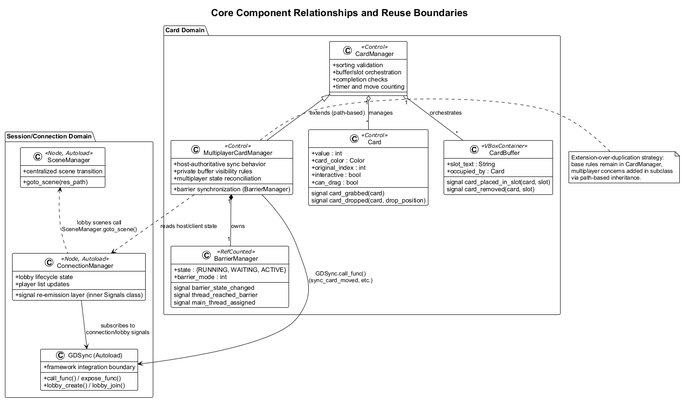
Siponek/HPC-thesis keeps this PlantUML diagram as figures/diagrams/component-inheritance-overview.png. Above is the earlier version.
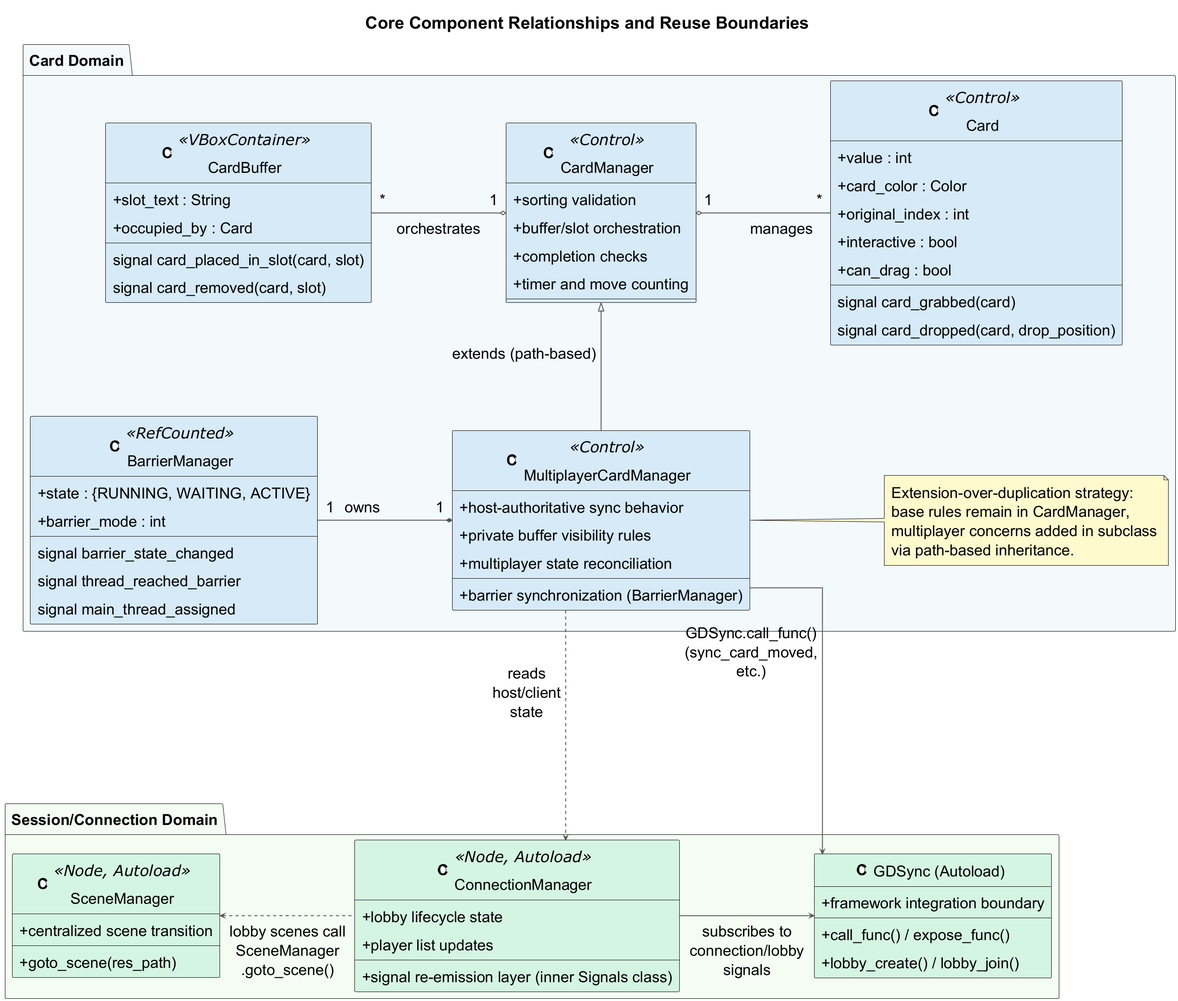
After the commit.

Diff of the diagram source:
```diff
@@ -1,13 +1,30 @@
 @startuml component-inheritance-overview
 !theme plain
+
+skinparam classAttributeIconSize 0
 skinparam backgroundColor white
-skinparam defaultFontName Arial
-skinparam classAttributeIconSize 0
+skinparam defaultFontName "Computer Modern"
+skinparam padding 10
+skinparam DefaultFontSize 34
+skinparam TitleFontSize 38
+
+skinparam nodesep 300
+skinparam ranksep 160
+skinparam ArrowThickness 2
+skinparam ArrowColor #555555
+skinparam linetype ortho
 
 title Core Component Relationships and Reuse Boundaries
 
-package "Card Domain" {
-  class Card <<Control>> {
+package "Card Domain" #F4F9FC {
+  class CardManager <<Control>> #D6EAF8 {
+    +sorting validation
+    +buffer/slot orchestration
+    +completion checks
+    +timer and move counting
+  }
+
+  class Card <<Control>> #D6EAF8 {
     +value : int
     +card_color : Color
     +original_index : int
@@ -18,7 +35,7 @@
     signal card_dropped(card, drop_position)
   }
 
-  class CardBuffer <<VBoxContainer>> {
+  class CardBuffer <<VBoxContainer>> #D6EAF8 {
     +slot_text : String
     +occupied_by : Card
     --
@@ -26,21 +43,21 @@
     signal card_removed(card, slot)
   }
 
-  class CardManager <<Control>> {
-    +sorting validation
-    +buffer/slot orchestration
-    +completion checks
-    +timer and move counting
-  }
-
-  class MultiplayerCardManager <<Control>> {
+  class MultiplayerCardManager <<Control>> #D6EAF8 {
     +host-authoritative sync behavior
     +private buffer visibility rules
     +barrier synchronization (BarrierManager)
     +multiplayer state reconciliation
   }
 
-  class BarrierManager <<RefCounted>> {
+  note right of MultiplayerCardManager #FFFACD
+    Extension-over-duplication strategy:
+    base rules remain in CardManager,
+    multiplayer concerns added in subclass
+    via path-based inheritance.
+  end note
+
+  class BarrierManager <<RefCounted>> #D6EAF8 {
     +state : {RUNNING, WAITING, ACTIVE}
     +barrier_mode : int
     --
@@ -49,41 +66,35 @@
     signal main_thread_assigned
   }
 
+  CardManager "1" o-right- "*" Card : manages
+  CardManager "1" o-left- "*" CardBuffer : orchestrates
   CardManager <|-- MultiplayerCardManager : extends (path-based)
-  CardManager "1" o-- "*" Card : manages
-  CardManager "1" o-- "*" CardBuffer : orchestrates
-  MultiplayerCardManager "1" *-- "1" BarrierManager : owns
+  MultiplayerCardManager "1" *-left- "1" BarrierManager : owns
 }
 
-package "Session/Connection Domain" {
-  class ConnectionManager <<Node, Autoload>> {
+package "Session/Connection Domain" #F4FCF4 {
+  class ConnectionManager <<Node, Autoload>> #D5F5E3 {
     +lobby lifecycle state
     +player list updates
     +signal re-emission layer (inner Signals class)
   }
 
-  class "GDSync (Autoload)" as GDSync {
+  class "GDSync (Autoload)" as GDSync #D5F5E3 {
     +call_func() / expose_func()
     +lobby_create() / lobby_join()
     +framework integration boundary
   }
 
-  class SceneManager <<Node, Autoload>> {
+  class SceneManager <<Node, Autoload>> #D5F5E3 {
     +goto_scene(res_path)
     +centralized scene transition
   }
+
+  ConnectionManager -right-> GDSync : subscribes to\nconnection/lobby\nsignals
+  ConnectionManager ..left..> SceneManager : lobby scenes call\nSceneManager\n.goto_scene()
 }
 
-MultiplayerCardManager --> GDSync : GDSync.call_func()\n(sync_card_moved, etc.)
-ConnectionManager --> GDSync : subscribes to\nconnection/lobby signals
-MultiplayerCardManager ..> ConnectionManager : reads host/client state
-SceneManager <.. ConnectionManager : lobby scenes call\nSceneManager.goto_scene()
-
-note right of MultiplayerCardManager
-Extension-over-duplication strategy:
-base rules remain in CardManager,
-multiplayer concerns added in subclass
-via path-based inheritance.
-end note
+MultiplayerCardManager ----> GDSync : GDSync.call_func()\n(sync_card_moved,\netc.)
+MultiplayerCardManager ....> ConnectionManager : reads\nhost/client\nstate
 
 @enduml
```
